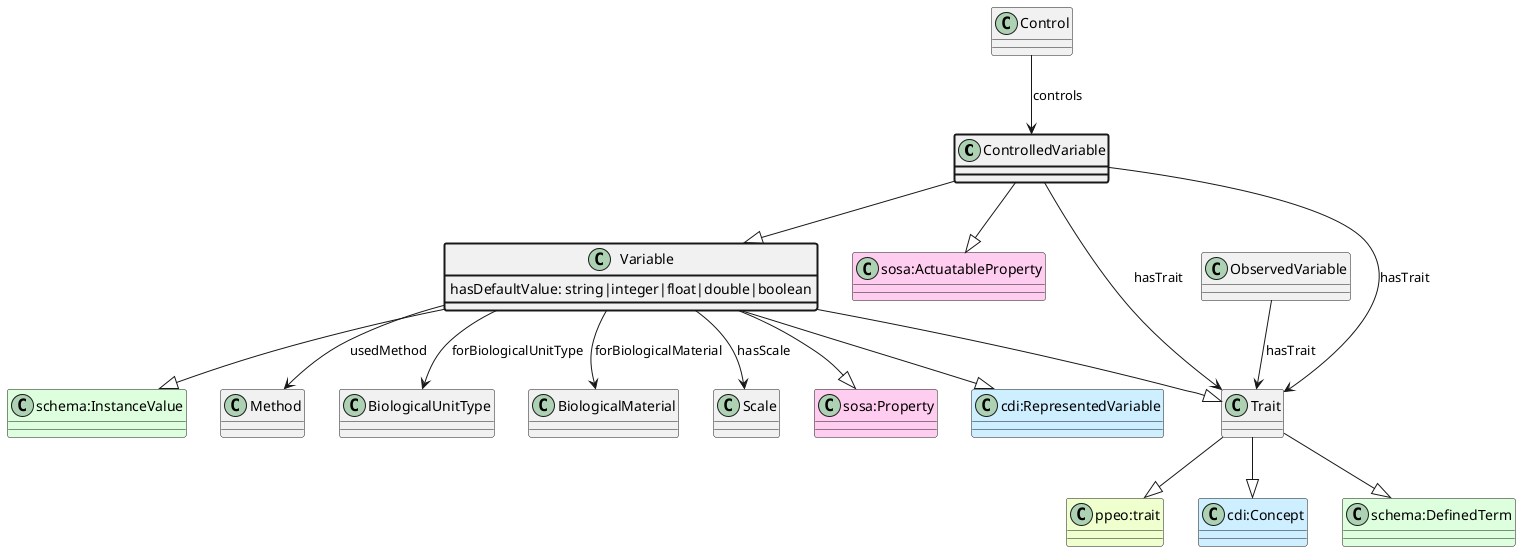
Before: ttl_uml/ttl_appn_ControlledVariable.png, a diagram exported from PlantUML (aus-plant-phenomics-network/appn-schema).
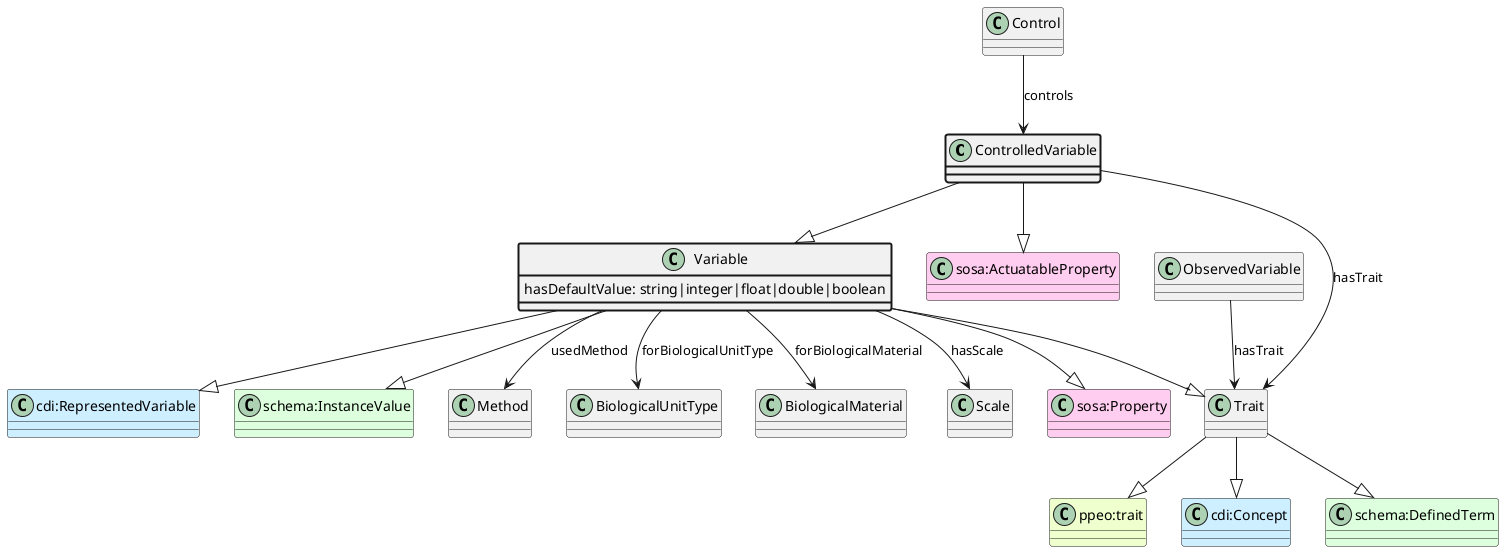
Later version of the same file.

Change to the diagram source:
```diff
@@ -35,5 +35,4 @@
 Variable --> Scale : hasScale
 class ObservedVariable
 ObservedVariable --> Trait : hasTrait
-ControlledVariable --> Trait : hasTrait
 @enduml
```
